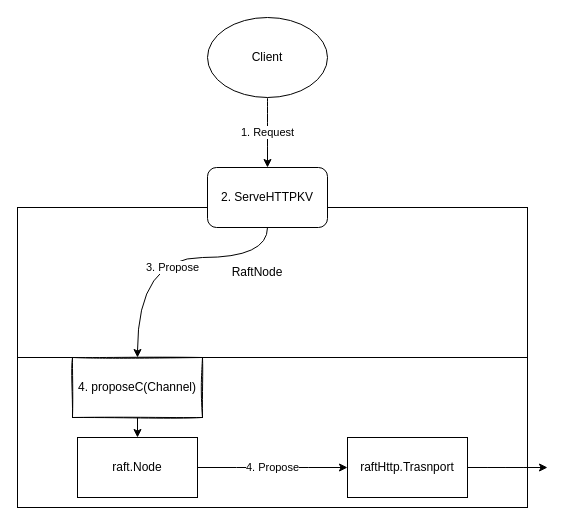
Earlier version of the draw.io diagram etcd_raftNode.drawio (LxkdGithub/draw.io). Source tidied: cells renumbered, new cells numbered last; positions are measured from the earlier drawing's top-left corner, leaving out a move shared by most shapes. Both pictures are drawn from the tidied source at 100%, with x=0, y=0 at pixel (17, 17).
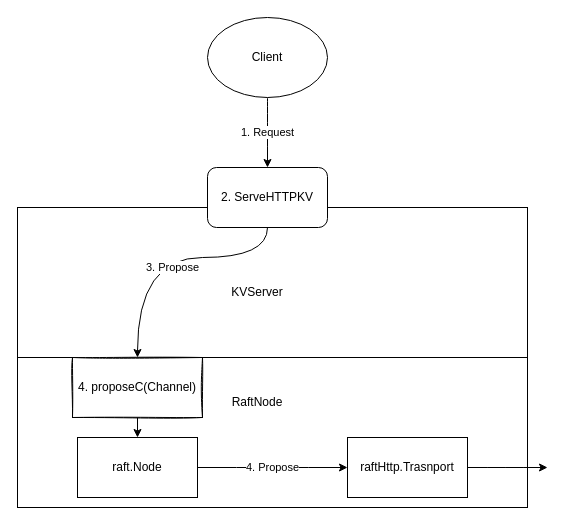
After the change.

Diff of the diagram source:
```diff
@@
-    <mxCell id="7" value="RaftNode" style="text;html=1;strokeColor=none;fillColor=none;align=center;verticalAlign=middle;whiteSpace=wrap;rounded=0;" parent="1" vertex="1">
-      <mxGeometry x="210" y="240" width="60" height="30" as="geometry" />
+    <mxCell id="7" value="KVServer" style="text;html=1;strokeColor=none;fillColor=none;align=center;verticalAlign=middle;whiteSpace=wrap;rounded=0;" parent="1" vertex="1">
+      <mxGeometry x="210" y="260" width="60" height="30" as="geometry" />
     </mxCell>
@@
+    <mxCell id="17" value="RaftNode" style="text;html=1;strokeColor=none;fillColor=none;align=center;verticalAlign=middle;whiteSpace=wrap;rounded=0;" parent="1" vertex="1">
+      <mxGeometry x="210" y="370" width="60" height="30" as="geometry" />
+    </mxCell>
```
